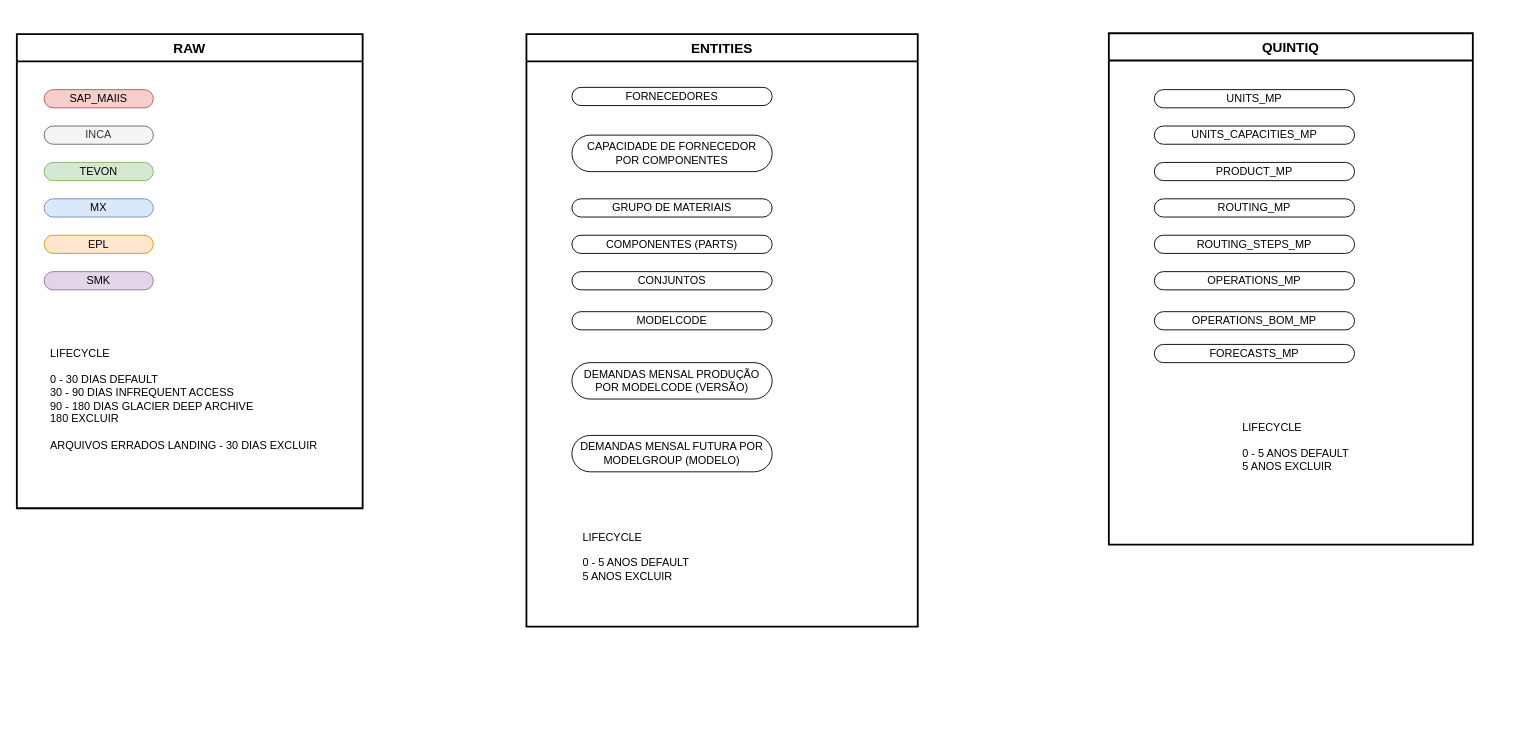
The draw.io diagram page "LIFECYCLE" (4 of 7) of eagle/files_to_datalake.drawio in leo-odilon/draw.io, before the edit. Source tidied: cells renumbered, new cells numbered last; positions are measured from the earlier drawing's top-left corner, leaving out a move shared by most shapes. Both pictures are drawn from the tidied source at 91%, with x=0, y=0 at pixel (16, 33).
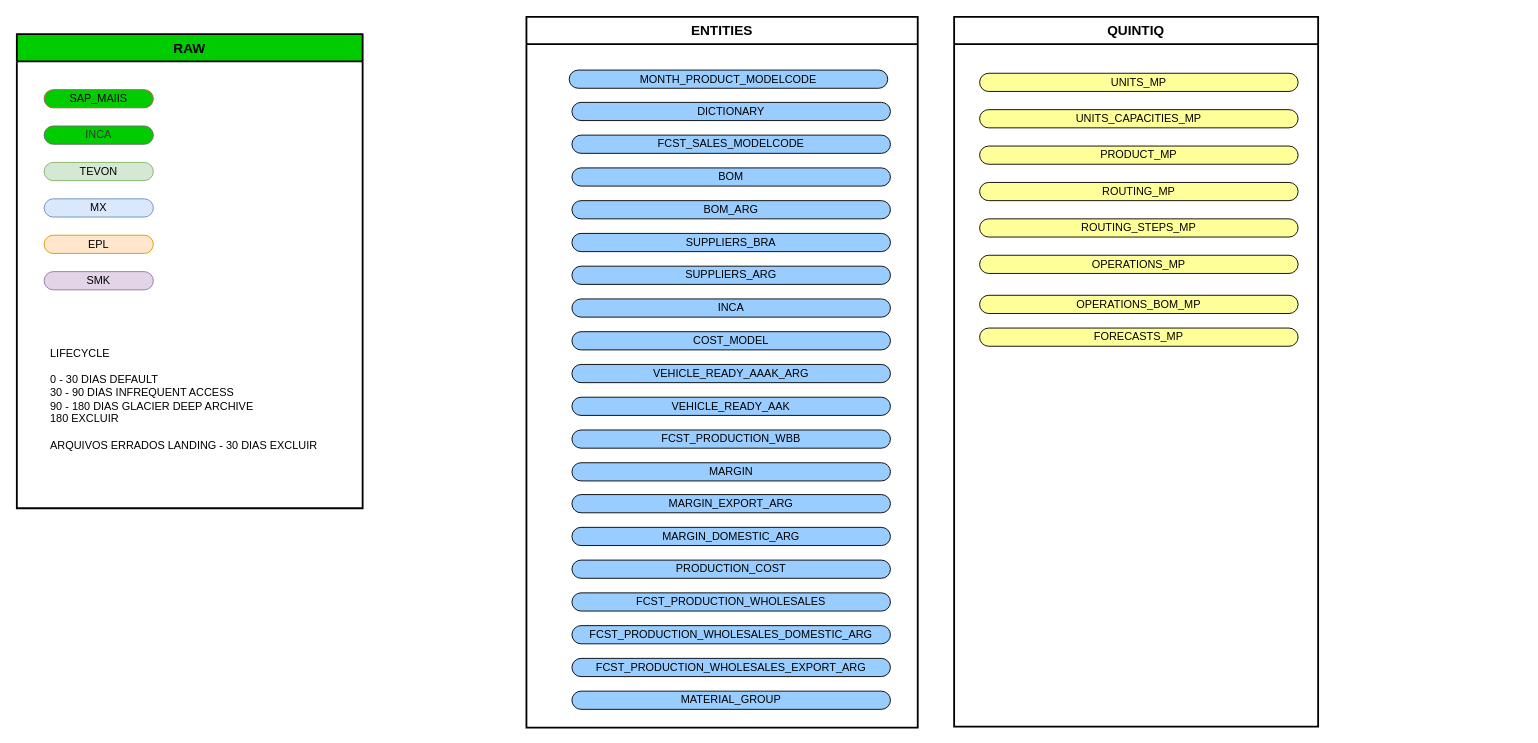
The same diagram, later.

The edit, as a diff of the source:
```diff
@@
-    <mxCell id="2" value="RAW" style="swimlane;whiteSpace=wrap;html=1;strokeWidth=2;fontSize=15;startSize=30;" parent="1" vertex="1">
+    <mxCell id="2" value="RAW" style="swimlane;whiteSpace=wrap;html=1;strokeWidth=2;fontSize=15;startSize=30;fillColor=#00CC00;" parent="1" vertex="1">
       <mxGeometry y="1" width="380" height="521" as="geometry" />
     </mxCell>
@@
-    <mxCell id="4" value="INCA" style="rounded=1;whiteSpace=wrap;html=1;arcSize=50;fillColor=#f5f5f5;strokeColor=#666666;fontColor=#333333;" parent="2" vertex="1">
+    <mxCell id="4" value="INCA" style="rounded=1;whiteSpace=wrap;html=1;arcSize=50;fillColor=#00CC00;strokeColor=#666666;fontColor=#333333;" parent="2" vertex="1">
       <mxGeometry x="30" y="101" width="120" height="20" as="geometry" />
     </mxCell>
@@
-    <mxCell id="8" value="SAP_MAIIS" style="rounded=1;whiteSpace=wrap;html=1;arcSize=50;fillColor=#f8cecc;strokeColor=#b85450;" parent="2" vertex="1">
+    <mxCell id="8" value="SAP_MAIIS" style="rounded=1;whiteSpace=wrap;html=1;arcSize=50;fillColor=#00CC00;strokeColor=#b85450;" parent="2" vertex="1">
       <mxGeometry x="30" y="61" width="120" height="20" as="geometry" />
     </mxCell>
@@
-    <mxCell id="10" value="ENTITIES" style="swimlane;whiteSpace=wrap;html=1;strokeWidth=2;fontSize=15;startSize=30;" parent="1" vertex="1">
-      <mxGeometry x="560" y="1" width="430" height="651" as="geometry" />
-    </mxCell>
-    <mxCell id="11" value="&lt;div style=&quot;&quot;&gt;&lt;span style=&quot;background-color: initial;&quot;&gt;LIFECYCLE&lt;/span&gt;&lt;/div&gt;&lt;div style=&quot;&quot;&gt;&lt;br&gt;&lt;/div&gt;&lt;div style=&quot;&quot;&gt;0 - 5 ANOS&amp;nbsp;DEFAULT&lt;/div&gt;&lt;div style=&quot;&quot;&gt;5 ANOS EXCLUIR&lt;/div&gt;&lt;div style=&quot;&quot;&gt;&lt;br&gt;&lt;/div&gt;" style="text;html=1;strokeColor=none;fillColor=none;align=left;verticalAlign=middle;whiteSpace=wrap;rounded=0;" parent="10" vertex="1">
-      <mxGeometry x="60" y="541" width="310" height="79" as="geometry" />
-    </mxCell>
-    <mxCell id="12" value="CONJUNTOS" style="rounded=1;whiteSpace=wrap;html=1;arcSize=50;" parent="10" vertex="1">
-      <mxGeometry x="50" y="261" width="220" height="20" as="geometry" />
-    </mxCell>
-    <mxCell id="13" value="CAPACIDADE DE FORNECEDOR&lt;br&gt;POR COMPONENTES" style="rounded=1;whiteSpace=wrap;html=1;arcSize=50;" parent="10" vertex="1">
-      <mxGeometry x="50" y="111" width="220" height="40.1" as="geometry" />
-    </mxCell>
-    <mxCell id="14" value="DEMANDAS MENSAL FUTURA POR MODELGROUP (MODELO)" style="rounded=1;whiteSpace=wrap;html=1;arcSize=50;" parent="10" vertex="1">
-      <mxGeometry x="50" y="441" width="220" height="40" as="geometry" />
-    </mxCell>
-    <mxCell id="15" value="DEMANDAS MENSAL PRODUÇÃO POR MODELCODE (VERSÃO)" style="rounded=1;whiteSpace=wrap;html=1;arcSize=50;" parent="10" vertex="1">
-      <mxGeometry x="50" y="361" width="220" height="40" as="geometry" />
-    </mxCell>
-    <mxCell id="16" value="MODELCODE" style="rounded=1;whiteSpace=wrap;html=1;arcSize=50;" parent="10" vertex="1">
-      <mxGeometry x="50" y="305" width="220" height="20" as="geometry" />
-    </mxCell>
-    <mxCell id="17" value="COMPONENTES (PARTS)" style="rounded=1;whiteSpace=wrap;html=1;arcSize=50;" parent="10" vertex="1">
-      <mxGeometry x="50" y="221" width="220" height="20" as="geometry" />
-    </mxCell>
-    <mxCell id="18" value="GRUPO DE MATERIAIS" style="rounded=1;whiteSpace=wrap;html=1;arcSize=50;" parent="10" vertex="1">
-      <mxGeometry x="50" y="181" width="220" height="20" as="geometry" />
-    </mxCell>
-    <mxCell id="19" value="FORNECEDORES" style="rounded=1;whiteSpace=wrap;html=1;arcSize=50;" parent="10" vertex="1">
-      <mxGeometry x="50" y="58.5" width="220" height="20" as="geometry" />
-    </mxCell>
     <mxCell id="20" value="QUINTIQ" style="swimlane;whiteSpace=wrap;html=1;strokeWidth=2;fontSize=15;startSize=30;" parent="1" vertex="1">
-      <mxGeometry x="1200" width="400" height="562" as="geometry" />
+      <mxGeometry x="1030" y="-18" width="400" height="780" as="geometry" />
     </mxCell>
-    <mxCell id="21" value="PRODUCT_MP" style="rounded=1;whiteSpace=wrap;html=1;arcSize=50;" parent="20" vertex="1">
-      <mxGeometry x="50" y="142" width="220" height="20" as="geometry" />
+    <mxCell id="21" value="PRODUCT_MP" style="rounded=1;whiteSpace=wrap;html=1;arcSize=50;fillColor=#FFFF99;" parent="20" vertex="1">
+      <mxGeometry x="28" y="142" width="350" height="20" as="geometry" />
     </mxCell>
-    <mxCell id="22" value="UNITS_CAPACITIES_MP" style="rounded=1;whiteSpace=wrap;html=1;arcSize=50;" parent="20" vertex="1">
-      <mxGeometry x="50" y="102" width="220" height="20" as="geometry" />
+    <mxCell id="22" value="UNITS_CAPACITIES_MP" style="rounded=1;whiteSpace=wrap;html=1;arcSize=50;fillColor=#FFFF99;" parent="20" vertex="1">
+      <mxGeometry x="28" y="102" width="350" height="20" as="geometry" />
     </mxCell>
-    <mxCell id="23" value="UNITS_MP" style="rounded=1;whiteSpace=wrap;html=1;arcSize=50;" parent="20" vertex="1">
-      <mxGeometry x="50" y="62" width="220" height="20" as="geometry" />
+    <mxCell id="23" value="UNITS_MP" style="rounded=1;whiteSpace=wrap;html=1;arcSize=50;fillColor=#FFFF99;" parent="20" vertex="1">
+      <mxGeometry x="28" y="62" width="350" height="20" as="geometry" />
     </mxCell>
-    <mxCell id="24" value="ROUTING_MP" style="rounded=1;whiteSpace=wrap;html=1;arcSize=50;" parent="20" vertex="1">
-      <mxGeometry x="50" y="182" width="220" height="20" as="geometry" />
+    <mxCell id="24" value="ROUTING_MP" style="rounded=1;whiteSpace=wrap;html=1;arcSize=50;fillColor=#FFFF99;" parent="20" vertex="1">
+      <mxGeometry x="28" y="182" width="350" height="20" as="geometry" />
     </mxCell>
-    <mxCell id="25" value="ROUTING_STEPS_MP" style="rounded=1;whiteSpace=wrap;html=1;arcSize=50;" parent="20" vertex="1">
-      <mxGeometry x="50" y="222" width="220" height="20" as="geometry" />
+    <mxCell id="25" value="ROUTING_STEPS_MP" style="rounded=1;whiteSpace=wrap;html=1;arcSize=50;fillColor=#FFFF99;" parent="20" vertex="1">
+      <mxGeometry x="28" y="222" width="350" height="20" as="geometry" />
     </mxCell>
-    <mxCell id="26" value="OPERATIONS_MP" style="rounded=1;whiteSpace=wrap;html=1;arcSize=50;" parent="20" vertex="1">
-      <mxGeometry x="50" y="262" width="220" height="20" as="geometry" />
+    <mxCell id="26" value="OPERATIONS_MP" style="rounded=1;whiteSpace=wrap;html=1;arcSize=50;fillColor=#FFFF99;" parent="20" vertex="1">
+      <mxGeometry x="28" y="262" width="350" height="20" as="geometry" />
     </mxCell>
-    <mxCell id="27" value="OPERATIONS_BOM_MP" style="rounded=1;whiteSpace=wrap;html=1;arcSize=50;" parent="20" vertex="1">
-      <mxGeometry x="50" y="306" width="220" height="20" as="geometry" />
+    <mxCell id="27" value="OPERATIONS_BOM_MP" style="rounded=1;whiteSpace=wrap;html=1;arcSize=50;fillColor=#FFFF99;" parent="20" vertex="1">
+      <mxGeometry x="28" y="306" width="350" height="20" as="geometry" />
     </mxCell>
-    <mxCell id="28" value="FORECASTS_MP" style="rounded=1;whiteSpace=wrap;html=1;arcSize=50;" parent="20" vertex="1">
-      <mxGeometry x="50" y="342" width="220" height="20" as="geometry" />
+    <mxCell id="28" value="FORECASTS_MP" style="rounded=1;whiteSpace=wrap;html=1;arcSize=50;fillColor=#FFFF99;" parent="20" vertex="1">
+      <mxGeometry x="28" y="342" width="350" height="20" as="geometry" />
     </mxCell>
-    <mxCell id="29" value="&lt;div style=&quot;&quot;&gt;&lt;span style=&quot;background-color: initial;&quot;&gt;LIFECYCLE&lt;/span&gt;&lt;/div&gt;&lt;div style=&quot;&quot;&gt;&lt;br&gt;&lt;/div&gt;&lt;div style=&quot;&quot;&gt;0 - 5 ANOS&amp;nbsp;DEFAULT&lt;/div&gt;&lt;div style=&quot;&quot;&gt;5 ANOS EXCLUIR&lt;/div&gt;&lt;div style=&quot;&quot;&gt;&lt;br&gt;&lt;/div&gt;" style="text;html=1;strokeColor=none;fillColor=none;align=left;verticalAlign=middle;whiteSpace=wrap;rounded=0;" parent="20" vertex="1">
-      <mxGeometry x="145" y="422" width="310" height="79" as="geometry" />
-    </mxCell>
+    <mxCell id="10" value="ENTITIES" style="swimlane;whiteSpace=wrap;html=1;strokeWidth=2;fontSize=15;startSize=30;" parent="1" vertex="1">
+      <mxGeometry x="560" y="-18" width="430" height="781" as="geometry" />
+    </mxCell>
+    <mxCell id="30" value="SUPPLIERS_ARG" style="rounded=1;whiteSpace=wrap;html=1;arcSize=50;fillColor=#99CCFF;" parent="10" vertex="1">
+      <mxGeometry x="50" y="274" width="350" height="20" as="geometry" />
+    </mxCell>
+    <mxCell id="31" value="DICTIONARY" style="rounded=1;whiteSpace=wrap;html=1;arcSize=50;rotation=0;fillColor=#99CCFF;" parent="10" vertex="1">
+      <mxGeometry x="50" y="94" width="350" height="20" as="geometry" />
+    </mxCell>
+    <mxCell id="32" value="VEHICLE_READY_AAK" style="rounded=1;whiteSpace=wrap;html=1;arcSize=50;rotation=0;fillColor=#99CCFF;" parent="10" vertex="1">
+      <mxGeometry x="50" y="418" width="350" height="20" as="geometry" />
+    </mxCell>
+    <mxCell id="33" value="COST_MODEL" style="rounded=1;whiteSpace=wrap;html=1;arcSize=50;rotation=0;fillColor=#99CCFF;" parent="10" vertex="1">
+      <mxGeometry x="50" y="346" width="350" height="20" as="geometry" />
+    </mxCell>
+    <mxCell id="34" value="INCA" style="rounded=1;whiteSpace=wrap;html=1;arcSize=50;fillColor=#99CCFF;" parent="10" vertex="1">
+      <mxGeometry x="50" y="310" width="350" height="20" as="geometry" />
+    </mxCell>
+    <mxCell id="35" value="SUPPLIERS_BRA" style="rounded=1;whiteSpace=wrap;html=1;arcSize=50;fillColor=#99CCFF;" parent="10" vertex="1">
+      <mxGeometry x="50" y="238" width="350" height="20" as="geometry" />
+    </mxCell>
+    <mxCell id="36" value="FCST_SALES_MODELCODE" style="rounded=1;whiteSpace=wrap;html=1;arcSize=50;fillColor=#99CCFF;" parent="10" vertex="1">
+      <mxGeometry x="50" y="130" width="350" height="20" as="geometry" />
+    </mxCell>
+    <mxCell id="37" value="MONTH_PRODUCT_MODELCODE" style="rounded=1;whiteSpace=wrap;html=1;arcSize=50;fillColor=#99CCFF;" parent="10" vertex="1">
+      <mxGeometry x="47" y="58.5" width="350" height="20" as="geometry" />
+    </mxCell>
+    <mxCell id="38" value="BOM_ARG" style="rounded=1;whiteSpace=wrap;html=1;arcSize=50;fillColor=#99CCFF;" parent="10" vertex="1">
+      <mxGeometry x="50" y="202" width="350" height="20" as="geometry" />
+    </mxCell>
+    <mxCell id="39" value="VEHICLE_READY_AAAK_ARG" style="rounded=1;whiteSpace=wrap;html=1;arcSize=50;rotation=0;fillColor=#99CCFF;" parent="10" vertex="1">
+      <mxGeometry x="50" y="382" width="350" height="20" as="geometry" />
+    </mxCell>
+    <mxCell id="40" value="FCST_PRODUCTION_WBB" style="rounded=1;whiteSpace=wrap;html=1;arcSize=50;rotation=0;fillColor=#99CCFF;" parent="10" vertex="1">
+      <mxGeometry x="50" y="454" width="350" height="20" as="geometry" />
+    </mxCell>
+    <mxCell id="41" value="MARGIN" style="rounded=1;whiteSpace=wrap;html=1;arcSize=50;rotation=0;fillColor=#99CCFF;" parent="10" vertex="1">
+      <mxGeometry x="50" y="490" width="350" height="20" as="geometry" />
+    </mxCell>
+    <mxCell id="42" value="MARGIN_EXPORT_ARG" style="rounded=1;whiteSpace=wrap;html=1;arcSize=50;rotation=0;fillColor=#99CCFF;" parent="10" vertex="1">
+      <mxGeometry x="50" y="525" width="350" height="20" as="geometry" />
+    </mxCell>
+    <mxCell id="43" value="PRODUCTION_COST" style="rounded=1;whiteSpace=wrap;html=1;arcSize=50;rotation=0;fillColor=#99CCFF;" parent="10" vertex="1">
+      <mxGeometry x="50" y="597" width="350" height="20" as="geometry" />
+    </mxCell>
+    <mxCell id="44" value="MARGIN_DOMESTIC_ARG" style="rounded=1;whiteSpace=wrap;html=1;arcSize=50;rotation=0;fillColor=#99CCFF;" parent="10" vertex="1">
+      <mxGeometry x="50" y="561" width="350" height="20" as="geometry" />
+    </mxCell>
+    <mxCell id="45" value="FCST_PRODUCTION_WHOLESALES" style="rounded=1;whiteSpace=wrap;html=1;arcSize=50;rotation=0;fillColor=#99CCFF;" parent="10" vertex="1">
+      <mxGeometry x="50" y="633" width="350" height="20" as="geometry" />
+    </mxCell>
+    <mxCell id="46" value="FCST_PRODUCTION_WHOLESALES_DOMESTIC_ARG" style="rounded=1;whiteSpace=wrap;html=1;arcSize=50;rotation=0;fillColor=#99CCFF;" parent="10" vertex="1">
+      <mxGeometry x="50" y="669" width="350" height="20" as="geometry" />
+    </mxCell>
+    <mxCell id="47" value="FCST_PRODUCTION_WHOLESALES_EXPORT_ARG" style="rounded=1;whiteSpace=wrap;html=1;arcSize=50;rotation=0;fillColor=#99CCFF;" parent="10" vertex="1">
+      <mxGeometry x="50" y="705" width="350" height="20" as="geometry" />
+    </mxCell>
+    <mxCell id="48" value="BOM" style="rounded=1;whiteSpace=wrap;html=1;arcSize=50;rotation=0;fillColor=#99CCFF;" parent="10" vertex="1">
+      <mxGeometry x="50" y="166" width="350" height="20" as="geometry" />
+    </mxCell>
+    <mxCell id="49" value="MATERIAL_GROUP" style="rounded=1;whiteSpace=wrap;html=1;arcSize=50;rotation=0;fillColor=#99CCFF;" parent="10" vertex="1">
+      <mxGeometry x="50" y="741" width="350" height="20" as="geometry" />
+    </mxCell>
```
